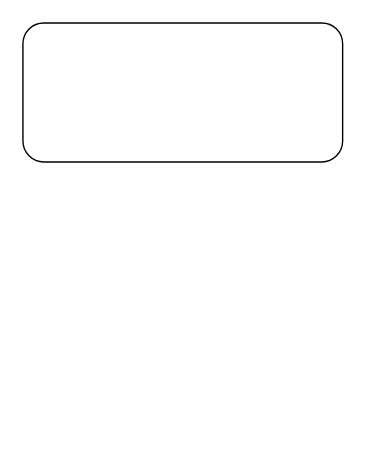
dnsoftware/mpm-structure keeps this draw.io diagram as Untitled Diagram.drawio. Above is the earlier version. Source tidied: cells renumbered, new cells numbered last; positions are measured from the earlier drawing's top-left corner, leaving out a move shared by most shapes. Both pictures are drawn from the tidied source at 139%, with x=0, y=0 at pixel (22, 22).
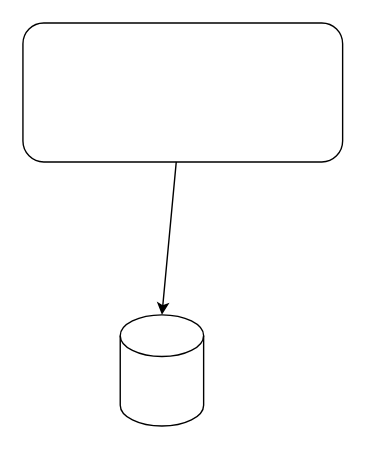
After the change.

The edit, as a diff of the source:
```diff
@@
 <mxGraphModel>
   <root>
     <mxCell id="0" />
     <mxCell id="1" parent="0" />
     <mxCell id="2" style="rounded=1;whiteSpace=wrap;html=1;" parent="1" vertex="1">
       <mxGeometry width="230" height="100" as="geometry" />
     </mxCell>
+    <mxCell id="3" style="shape=cylinder3;whiteSpace=wrap;html=1;boundedLbl=1;backgroundOutline=1;size=15;" parent="1" vertex="1">
+      <mxGeometry x="70" y="210" width="60" height="80" as="geometry" />
+    </mxCell>
+    <mxCell id="4" style="endArrow=classic;html=1;rounded=0;entryX=0.5;entryY=0;entryDx=0;entryDy=0;entryPerimeter=0;" parent="1" edge="1" source="2" target="3">
+      <mxGeometry relative="1" as="geometry" />
+    </mxCell>
   </root>
 </mxGraphModel>
```
